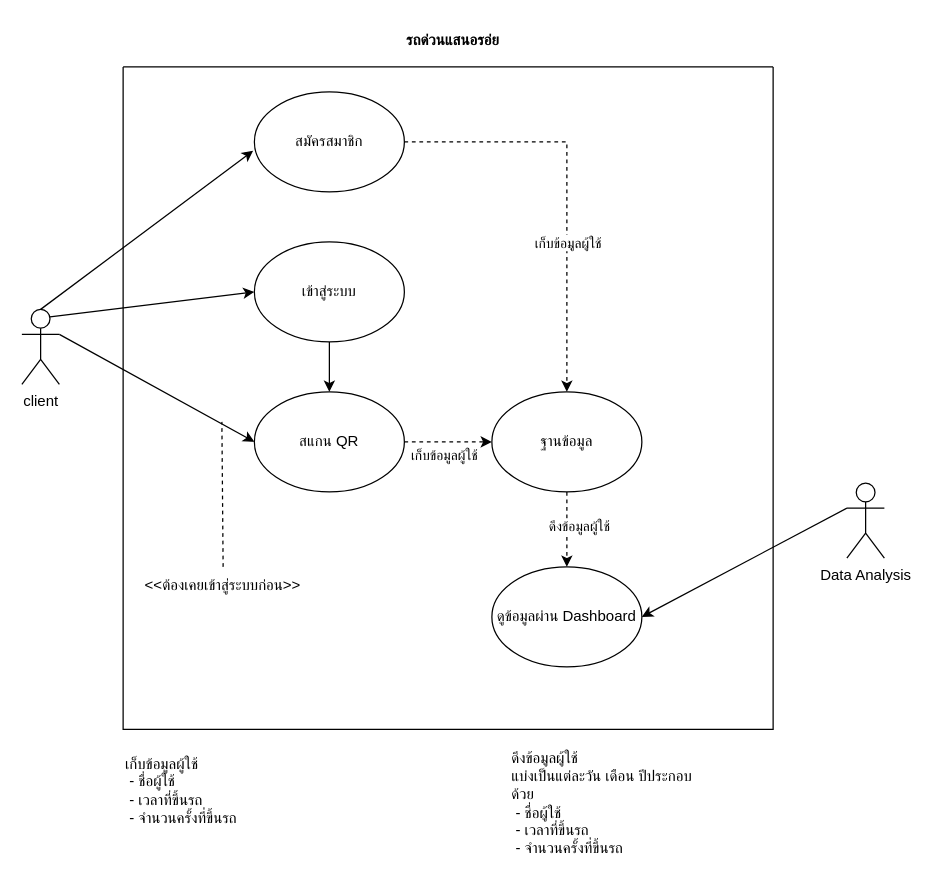
Before: Usecase.drawio in nitipat009/softdev, a draw.io diagram. Source tidied: cells renumbered, new cells numbered last; positions are measured from the earlier drawing's top-left corner, leaving out a move shared by most shapes. Both pictures are drawn from the tidied source at 125%, with x=0, y=0 at pixel (21, 21).
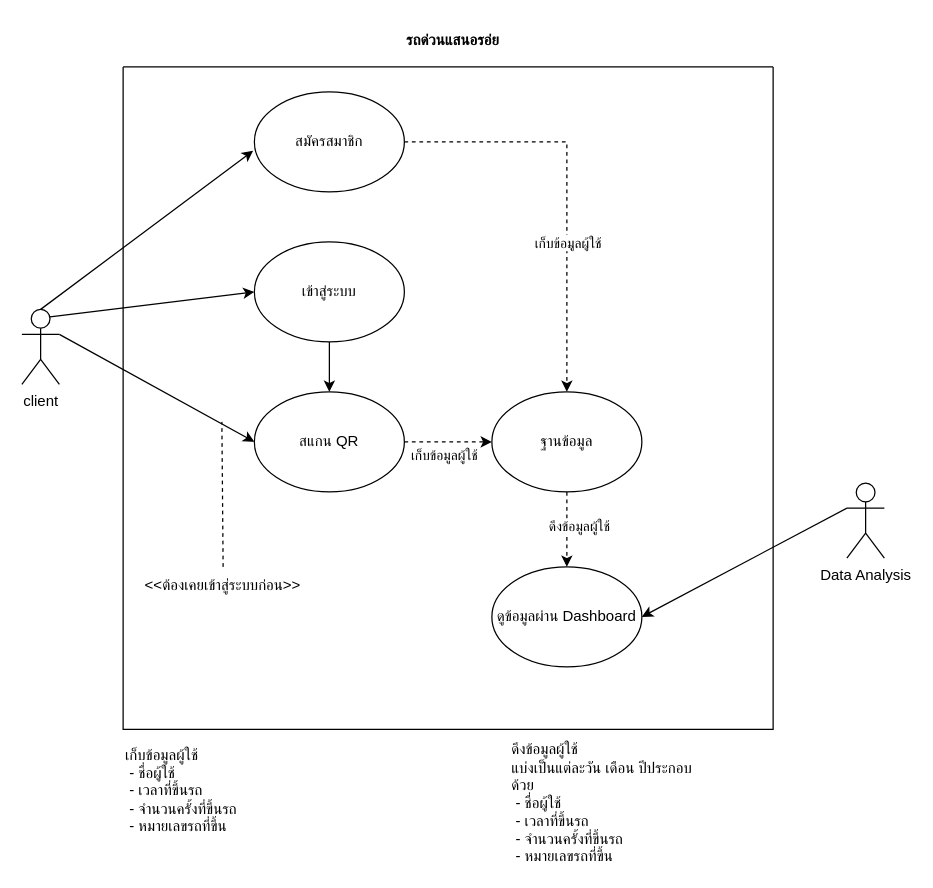
The same page after the edit.

Change to the diagram source:
```diff
@@
-    <mxCell id="22" value="เก็บข้อมูลผู้ใช้&lt;br&gt;&lt;span style=&quot;white-space: pre&quot;&gt; &lt;/span&gt;- ชื่อผู้ใช้&lt;br&gt;&lt;span style=&quot;white-space: pre&quot;&gt; &lt;/span&gt;- เวลาที่ขึ้นรถ&lt;br&gt;&lt;span style=&quot;white-space: pre&quot;&gt; &lt;/span&gt;- จำนวนครั้งที่ขึ้นรถ" style="text;html=1;strokeColor=none;fillColor=none;align=left;verticalAlign=middle;whiteSpace=wrap;rounded=0;" parent="1" vertex="1">
+    <mxCell id="22" value="เก็บข้อมูลผู้ใช้&lt;br&gt;&lt;span style=&quot;white-space: pre&quot;&gt; &lt;/span&gt;- ชื่อผู้ใช้&lt;br&gt;&lt;span style=&quot;white-space: pre&quot;&gt; &lt;/span&gt;- เวลาที่ขึ้นรถ&lt;br&gt;&lt;span style=&quot;white-space: pre&quot;&gt; &lt;/span&gt;- จำนวนครั้งที่ขึ้นรถ&lt;br&gt;&lt;span style=&quot;white-space: pre&quot;&gt; &lt;/span&gt;- หมายเลขรถที่ขึ้น" style="text;html=1;strokeColor=none;fillColor=none;align=left;verticalAlign=middle;whiteSpace=wrap;rounded=0;" parent="1" vertex="1">
       <mxGeometry x="81" y="600" width="150" height="30" as="geometry" />
     </mxCell>
-    <mxCell id="23" value="ดึงข้อมูลผู้ใช้&lt;br&gt;แบ่งเป็นแต่ละวัน เดือน ปีประกอบด้วย&lt;br&gt;&lt;span style=&quot;white-space: pre&quot;&gt; &lt;/span&gt;- ชื่อผู้ใช้&lt;br&gt;&lt;span style=&quot;white-space: pre&quot;&gt; &lt;/span&gt;- เวลาที่ขึ้นรถ&lt;br&gt;&lt;span style=&quot;white-space: pre&quot;&gt; &lt;/span&gt;- จำนวนครั้งที่ขึ้นรถ" style="text;html=1;strokeColor=none;fillColor=none;align=left;verticalAlign=middle;whiteSpace=wrap;rounded=0;" parent="1" vertex="1">
+    <mxCell id="23" value="ดึงข้อมูลผู้ใช้&lt;br&gt;แบ่งเป็นแต่ละวัน เดือน ปีประกอบด้วย&lt;br&gt;&lt;span&gt; &lt;/span&gt;&lt;span style=&quot;white-space: pre&quot;&gt; &lt;/span&gt;- ชื่อผู้ใช้&lt;br&gt;&lt;span&gt; &lt;/span&gt;&lt;span style=&quot;white-space: pre&quot;&gt; &lt;/span&gt;- เวลาที่ขึ้นรถ&lt;br&gt;&lt;span&gt; &lt;/span&gt;&lt;span style=&quot;white-space: pre&quot;&gt; &lt;/span&gt;- จำนวนครั้งที่ขึ้นรถ&lt;br&gt;&lt;span style=&quot;white-space: pre&quot;&gt; &lt;/span&gt;- หมายเลขรถที่ขึ้น&lt;br&gt;&lt;span&gt; &lt;/span&gt;" style="text;html=1;strokeColor=none;fillColor=none;align=left;verticalAlign=middle;whiteSpace=wrap;rounded=0;" parent="1" vertex="1">
       <mxGeometry x="390" y="610" width="150" height="30" as="geometry" />
     </mxCell>
```
